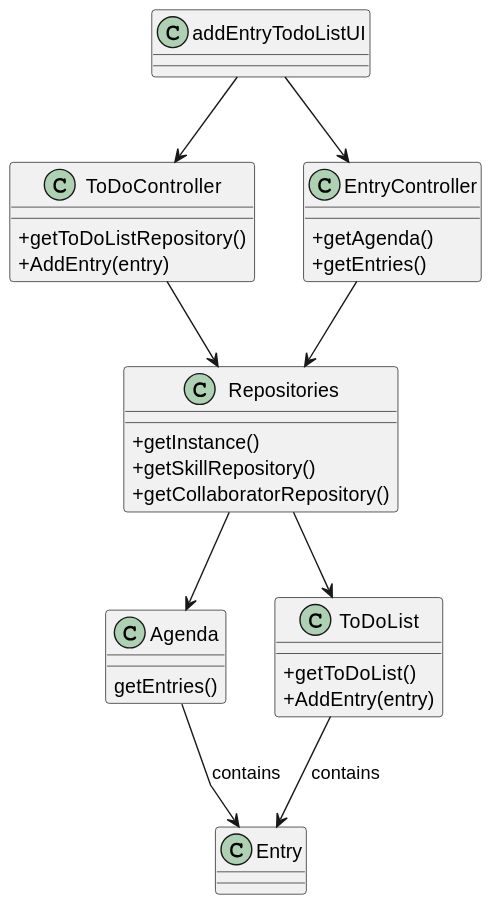
The PlantUML diagram docs/sprintC/us022/03.design/svg/us022-class-diagram.svg in RicardoMorim/lapr2-ISEP-Project, before a commit.
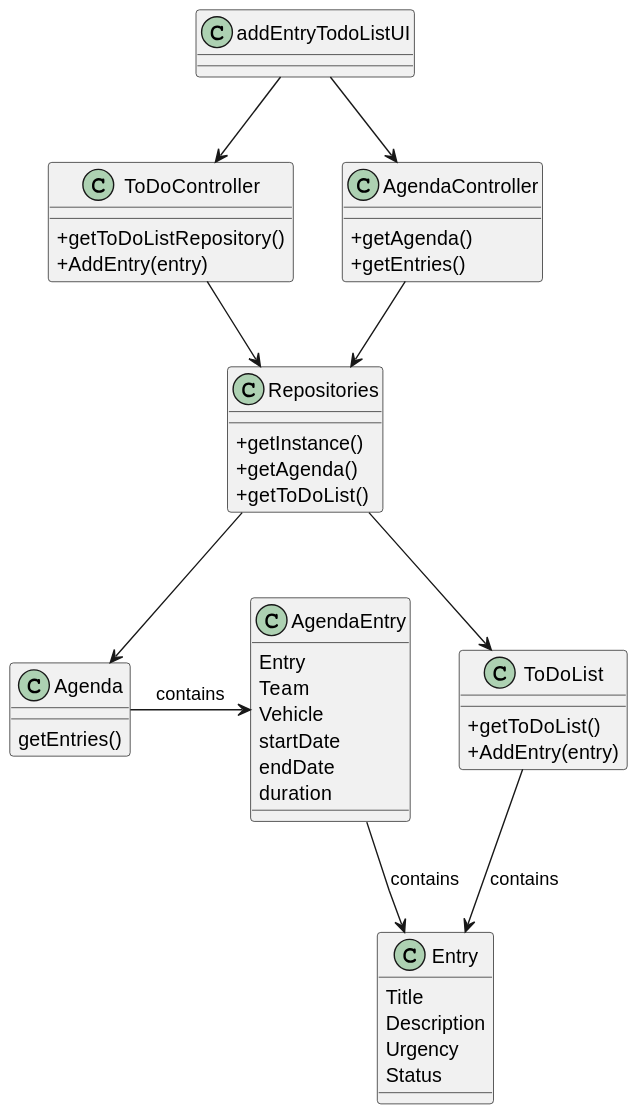
Above is the later version.

The edit, as a diff of the source:
```diff
@@ -13,8 +13,8 @@
 
 class Repositories {
     + getInstance()
-    + getSkillRepository()
-    + getCollaboratorRepository()
+    + getAgenda()
+    + getToDoList()
 }
 
 class ToDoController{
@@ -22,7 +22,7 @@
     + AddEntry(entry)
 }
 
-class EntryController{
+class AgendaController{
     + getAgenda()
     + getEntries()
 }
@@ -37,16 +37,28 @@
 }
 
 class Entry{
-
+    Title
+    Description
+    Urgency
+    Status
 }
 
+class AgendaEntry{
+    Entry
+    Team
+    Vehicle
+    startDate
+    endDate
+    duration
+}
 
 addEntryTodoListUI --> ToDoController
 ToDoController --> Repositories
+addEntryTodoListUI --> AgendaController
 Repositories --> ToDoList
-addEntryTodoListUI --> EntryController
-EntryController --> Repositories
+AgendaController --> Repositories
 Repositories --> Agenda
-Agenda --> Entry: contains
+AgendaEntry --> Entry: contains
 ToDoList --> Entry: contains
+Agenda -> AgendaEntry: contains
 @enduml
```
